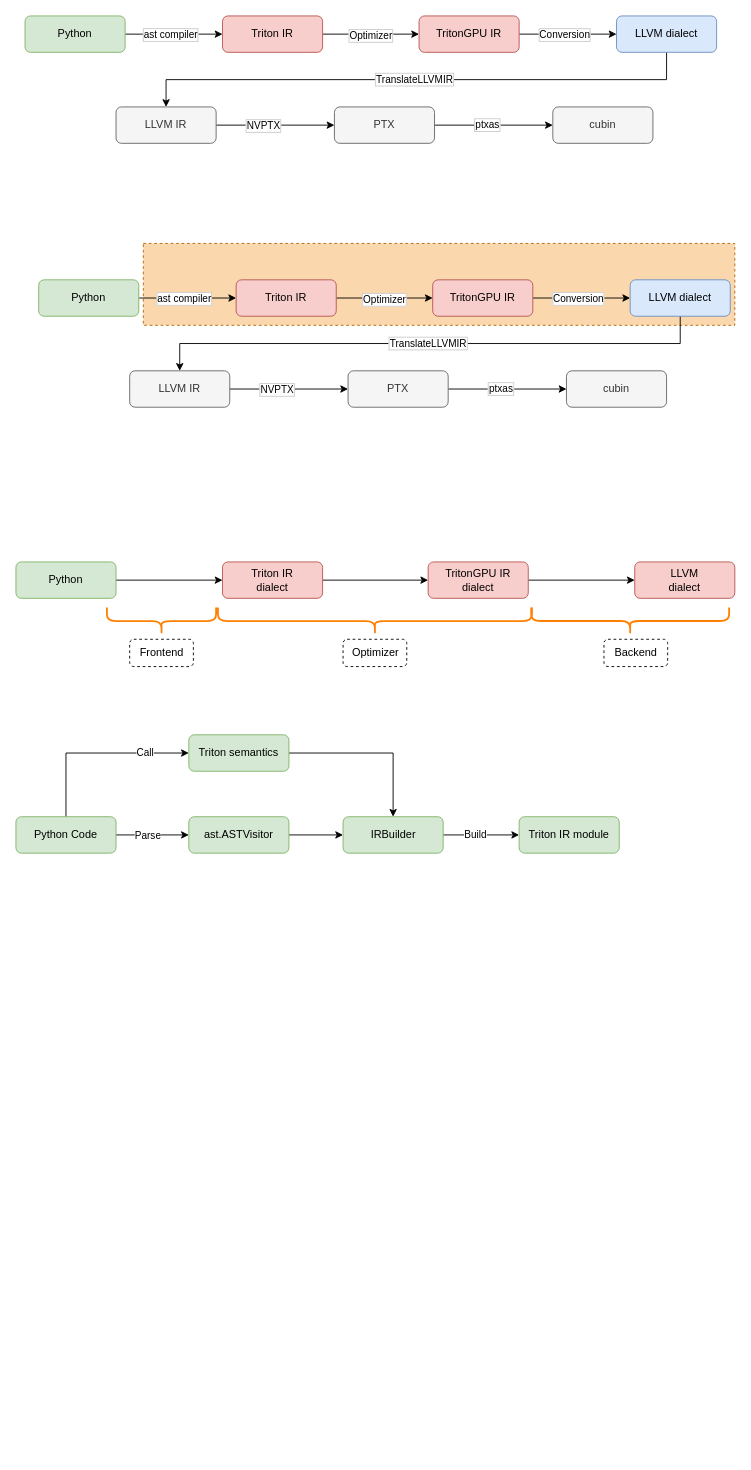
Earlier version of the draw.io diagram triton-introduction.drawio (Superjomn/_tmp_images). Source tidied: cells renumbered, new cells numbered last; positions are measured from the earlier drawing's top-left corner, leaving out a move shared by most shapes. Both pictures are drawn from the tidied source at 91%, with x=0, y=0 at pixel (15, 15).
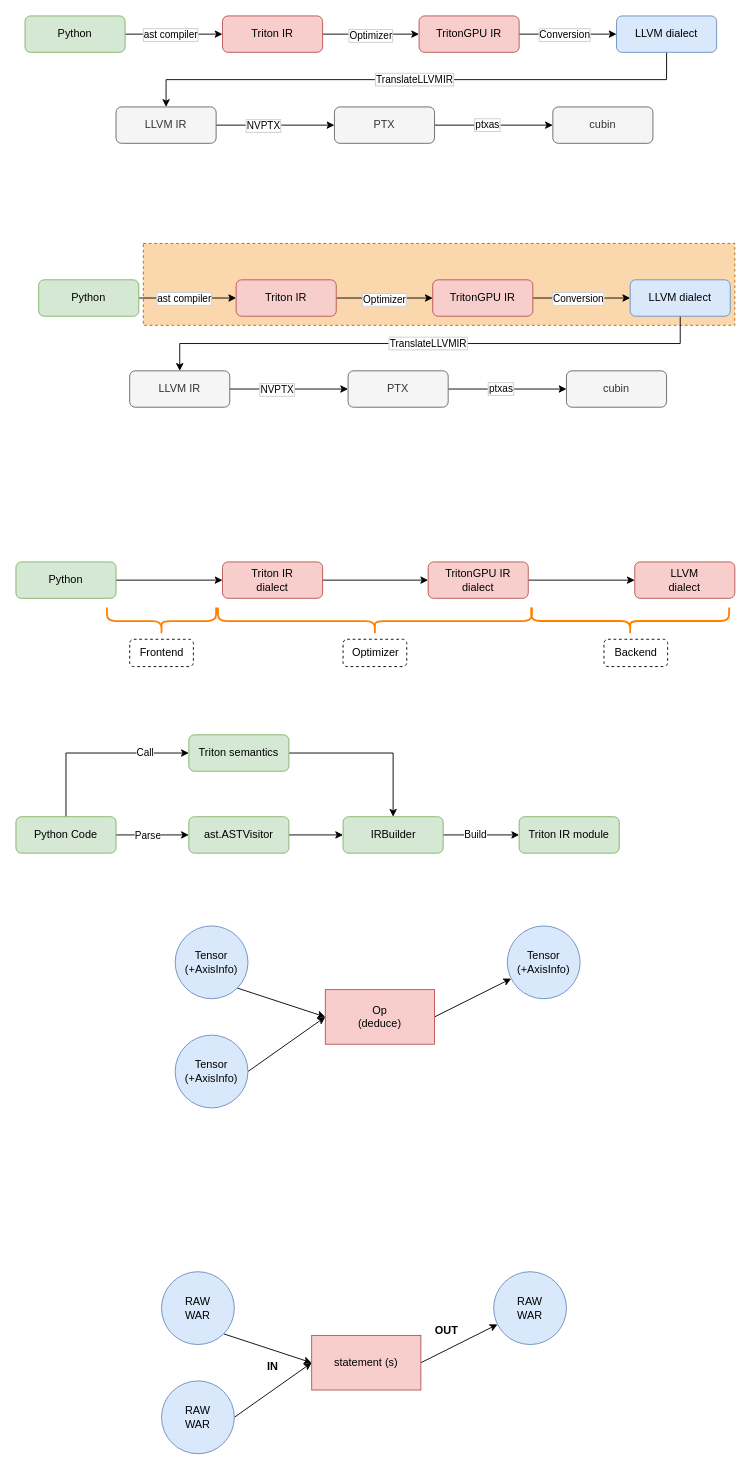
The same page after the edit.

Diff of the diagram source:
```diff
@@
+    <mxCell id="67" style="rounded=0;jettySize=auto;html=1;exitX=1;exitY=1;exitDx=0;exitDy=0;entryX=0;entryY=0.5;entryDx=0;entryDy=0;" parent="1" edge="1" source="68" target="72">
+      <mxGeometry relative="1" as="geometry" />
+    </mxCell>
+    <mxCell id="68" value="Tensor&lt;br&gt;(+AxisInfo)" style="ellipse;whiteSpace=wrap;html=1;fillColor=#dae8fc;strokeColor=#6c8ebf;" parent="1" vertex="1">
+      <mxGeometry x="175" y="1000" width="80" height="80" as="geometry" />
+    </mxCell>
+    <mxCell id="69" style="edgeStyle=none;rounded=0;jettySize=auto;html=1;exitX=1;exitY=0.5;exitDx=0;exitDy=0;entryX=0;entryY=0.5;entryDx=0;entryDy=0;" parent="1" edge="1" source="70" target="72">
+      <mxGeometry relative="1" as="geometry" />
+    </mxCell>
+    <mxCell id="70" value="Tensor&lt;br&gt;(+AxisInfo)" style="ellipse;whiteSpace=wrap;html=1;fillColor=#dae8fc;strokeColor=#6c8ebf;" parent="1" vertex="1">
+      <mxGeometry x="175" y="1120" width="80" height="80" as="geometry" />
+    </mxCell>
+    <mxCell id="71" style="edgeStyle=none;rounded=0;jettySize=auto;html=1;exitX=1;exitY=0.5;exitDx=0;exitDy=0;" parent="1" edge="1" source="72" target="73">
+      <mxGeometry relative="1" as="geometry" />
+    </mxCell>
+    <mxCell id="72" value="Op&lt;br&gt;(deduce)" style="rounded=0;whiteSpace=wrap;html=1;fillColor=#f8cecc;strokeColor=#b85450;" parent="1" vertex="1">
+      <mxGeometry x="340" y="1070" width="120" height="60" as="geometry" />
+    </mxCell>
+    <mxCell id="73" value="Tensor&lt;br&gt;(+AxisInfo)" style="ellipse;whiteSpace=wrap;html=1;fillColor=#dae8fc;strokeColor=#6c8ebf;" parent="1" vertex="1">
+      <mxGeometry x="540" y="1000" width="80" height="80" as="geometry" />
+    </mxCell>
+    <mxCell id="74" style="rounded=0;jettySize=auto;html=1;exitX=1;exitY=1;exitDx=0;exitDy=0;entryX=0;entryY=0.5;entryDx=0;entryDy=0;" parent="1" edge="1" source="75" target="79">
+      <mxGeometry relative="1" as="geometry" />
+    </mxCell>
+    <mxCell id="75" value="RAW&lt;br&gt;WAR" style="ellipse;whiteSpace=wrap;html=1;fillColor=#dae8fc;strokeColor=#6c8ebf;" parent="1" vertex="1">
+      <mxGeometry x="160" y="1380" width="80" height="80" as="geometry" />
+    </mxCell>
+    <mxCell id="76" style="edgeStyle=none;rounded=0;jettySize=auto;html=1;exitX=1;exitY=0.5;exitDx=0;exitDy=0;entryX=0;entryY=0.5;entryDx=0;entryDy=0;" parent="1" edge="1" source="77" target="79">
+      <mxGeometry relative="1" as="geometry" />
+    </mxCell>
+    <mxCell id="77" value="RAW&lt;br&gt;WAR" style="ellipse;whiteSpace=wrap;html=1;fillColor=#dae8fc;strokeColor=#6c8ebf;" parent="1" vertex="1">
+      <mxGeometry x="160" y="1500" width="80" height="80" as="geometry" />
+    </mxCell>
+    <mxCell id="78" style="edgeStyle=none;rounded=0;jettySize=auto;html=1;exitX=1;exitY=0.5;exitDx=0;exitDy=0;" parent="1" edge="1" source="79" target="80">
+      <mxGeometry relative="1" as="geometry" />
+    </mxCell>
+    <mxCell id="79" value="statement (s)" style="rounded=0;whiteSpace=wrap;html=1;fillColor=#f8cecc;strokeColor=#b85450;" parent="1" vertex="1">
+      <mxGeometry x="325" y="1450" width="120" height="60" as="geometry" />
+    </mxCell>
+    <mxCell id="80" value="RAW&lt;br&gt;WAR" style="ellipse;whiteSpace=wrap;html=1;fillColor=#dae8fc;strokeColor=#6c8ebf;" parent="1" vertex="1">
+      <mxGeometry x="525" y="1380" width="80" height="80" as="geometry" />
+    </mxCell>
+    <mxCell id="81" value="&lt;b&gt;IN&lt;/b&gt;" style="text;html=1;align=center;verticalAlign=middle;strokeColor=none;fillColor=none;" parent="1" vertex="1">
+      <mxGeometry x="262" y="1470" width="40" height="30" as="geometry" />
+    </mxCell>
+    <mxCell id="82" value="&lt;b&gt;OUT&lt;/b&gt;" style="text;html=1;align=center;verticalAlign=middle;strokeColor=none;fillColor=none;" parent="1" vertex="1">
+      <mxGeometry x="448" y="1430" width="50" height="30" as="geometry" />
+    </mxCell>
```
